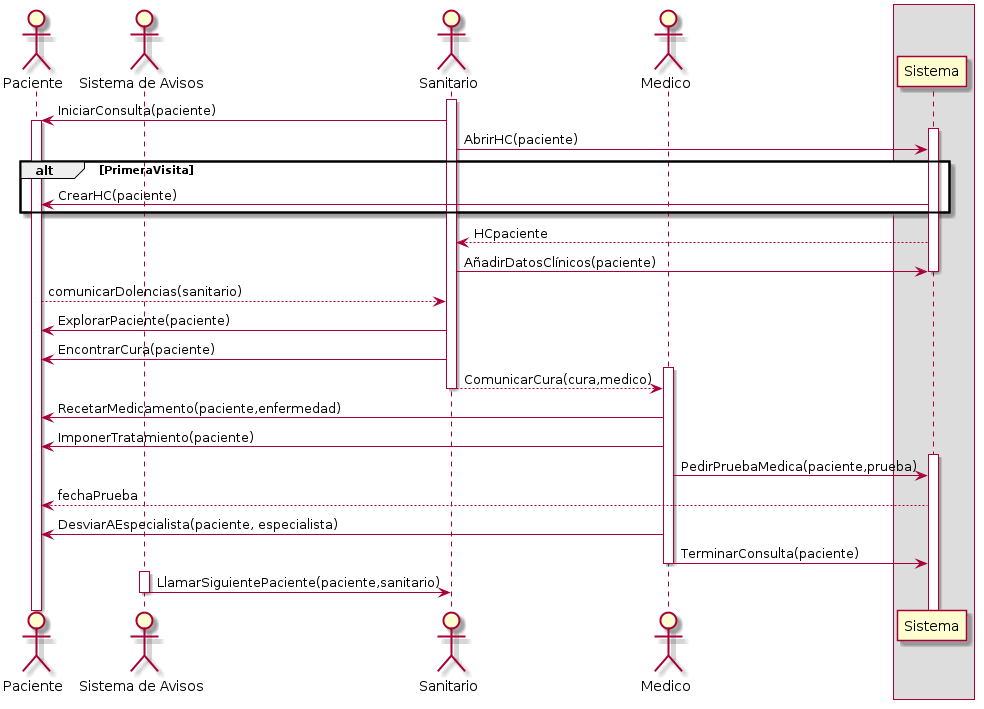
Ludvins/DGIIM_FIS keeps this PlantUML diagram as P3/Consulta.png. Above is the earlier version.
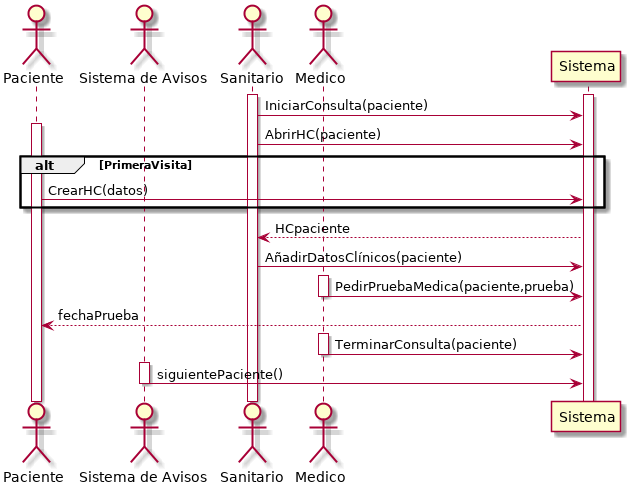
Later version of the same file.

Diff of the diagram source:
```diff
@@ -5,54 +5,38 @@
 actor "Sistema de Avisos" as SA
 actor Sanitario as Sa
 actor Medico as M
-box
 participant Sistema as Sis
-endbox
+
 
 activate Sa
-Sa -> P :  IniciarConsulta(paciente)
+activate Sis
+Sa -> Sis :  IniciarConsulta(paciente)
 activate P
 
-activate Sis
+
 Sa -> Sis :  AbrirHC(paciente)
 alt PrimeraVisita
-Sis -> P :  CrearHC(paciente)
+P -> Sis :  CrearHC(datos)
 end
 Sis --> Sa :  HCpaciente
 
 
 Sa -> Sis :  AñadirDatosClínicos(paciente)
 
-deactivate Sis
 
-P --> Sa :  comunicarDolencias(sanitario)
+activate M
+M -> Sis :  PedirPruebaMedica(paciente,prueba)
+deactivate M
 
-Sa -> P :  ExplorarPaciente(paciente)
-
-Sa -> P :  EncontrarCura(paciente)
-
+Sis --> P :  fechaPrueba
 
 
 activate M
-Sa --> M :  ComunicarCura(cura,medico)
-deactivate Sa
-
-M -> P :  RecetarMedicamento(paciente,enfermedad)
-
-M -> P :  ImponerTratamiento(paciente)
-
-activate Sis
-M -> Sis :  PedirPruebaMedica(paciente,prueba)
-
-Sis --> P :  fechaPrueba
-
-M -> P  :  DesviarAEspecialista(paciente, especialista)
-
 M -> Sis :  TerminarConsulta(paciente)
 deactivate M
 
 activate SA
-SA -> Sa :  LlamarSiguientePaciente(paciente,sanitario)
+SA -> Sis :  siguientePaciente()
 deactivate SA
 
 
```
